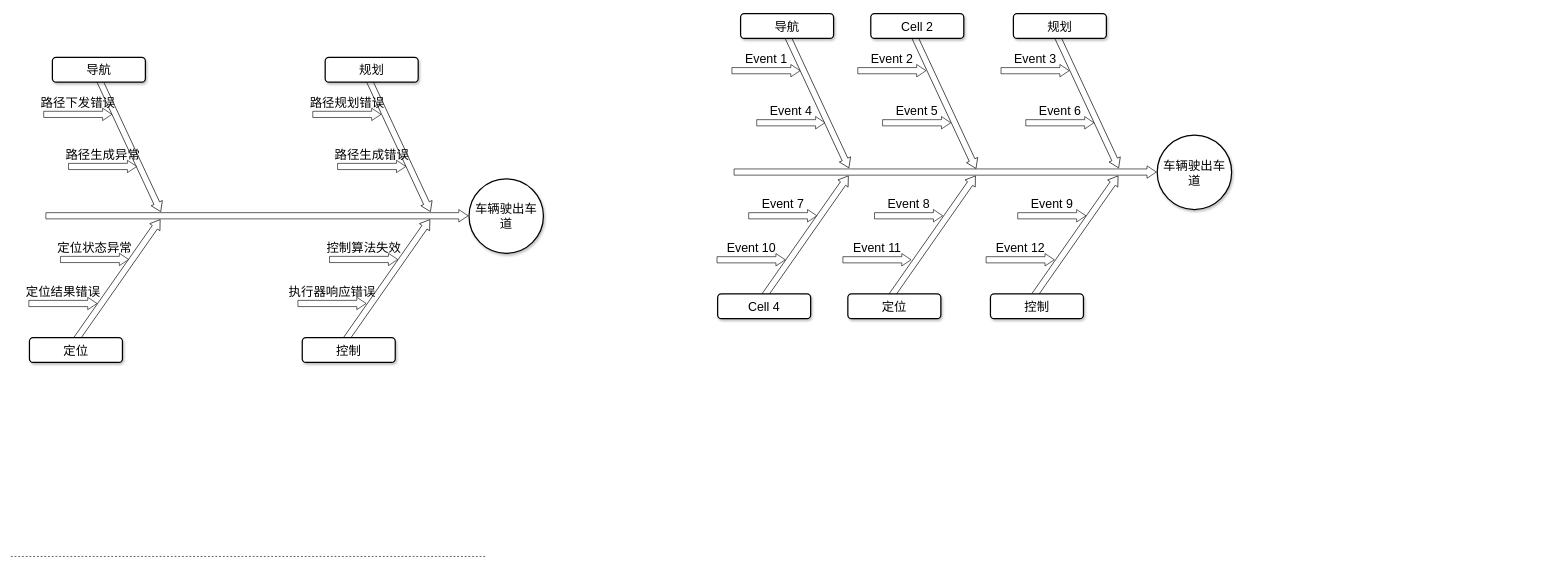
Before: FTA.drawio in cyzhang100/tianxian, a draw.io diagram. Source tidied: cells renumbered, new cells numbered last; positions are measured from the earlier drawing's top-left corner, leaving out a move shared by most shapes. Both pictures are drawn from the tidied source at 62%, with x=0, y=0 at pixel (11, -39).
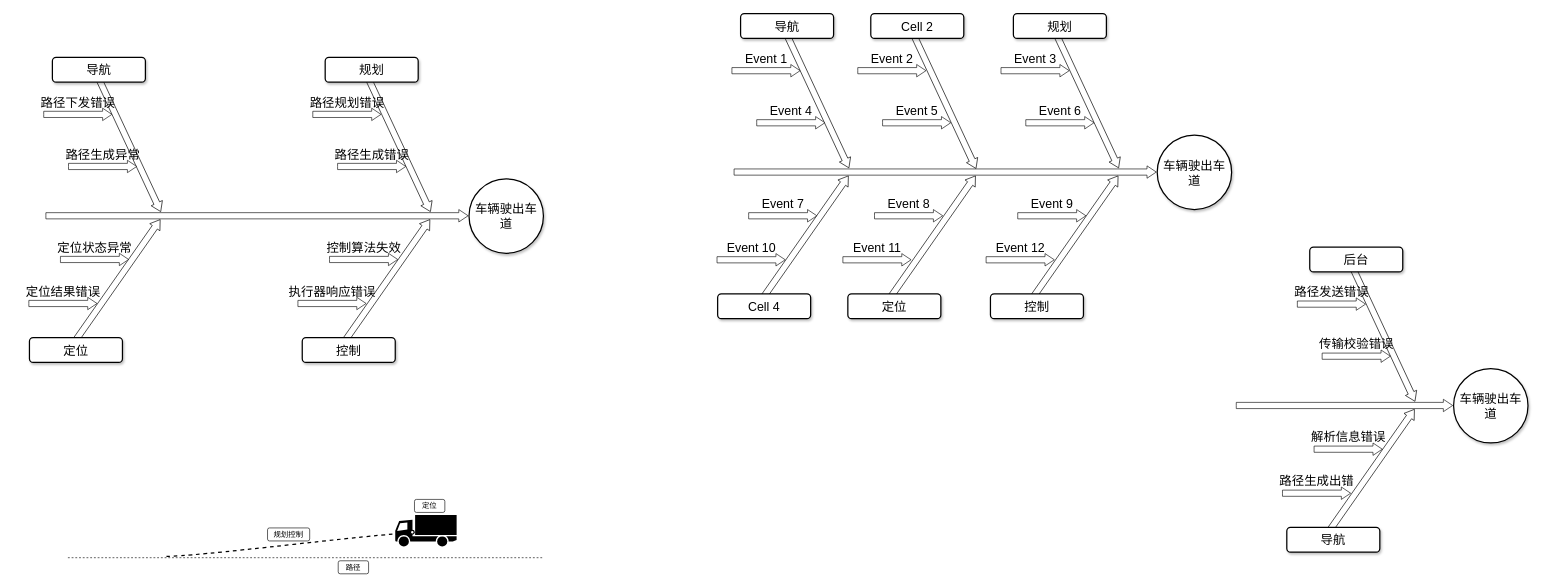
After the change.

Diff of the diagram source:
```diff
@@
     <mxCell id="46" style="endArrow=none;html=1;dashed=1;" parent="1" edge="1">
       <mxGeometry relative="1" as="geometry">
-        <mxPoint y="960" as="sourcePoint" />
-        <mxPoint x="767" y="960" as="targetPoint" />
+        <mxPoint x="92" y="962" as="sourcePoint" />
+        <mxPoint x="859" y="962" as="targetPoint" />
       </mxGeometry>
     </mxCell>
+    <mxCell id="47" style="shape=mxgraph.signs.transportation.truck_1;html=1;fillColor=#000000;strokeColor=none;verticalLabelPosition=bottom;verticalAlign=top;align=center;direction=east;" parent="1" vertex="1">
+      <mxGeometry x="620" y="893" width="99" height="51" as="geometry" />
+    </mxCell>
+    <mxCell id="48" style="edgeStyle=entityRelationEdgeStyle;fontSize=12;html=1;endArrow=ERzeroToOne;endFill=1;dashed=1;curved=1;strokeWidth=2;" parent="1" edge="1">
+      <mxGeometry relative="1" as="geometry">
+        <mxPoint x="251" y="960" as="sourcePoint" />
+        <mxPoint x="661" y="921" as="targetPoint" />
+      </mxGeometry>
+    </mxCell>
+    <mxCell id="49" value="路径" style="rounded=1;whiteSpace=wrap;html=1;" parent="1" vertex="1">
+      <mxGeometry x="528" y="967" width="49" height="21" as="geometry" />
+    </mxCell>
+    <mxCell id="50" value="定位" style="rounded=1;whiteSpace=wrap;html=1;" parent="1" vertex="1">
+      <mxGeometry x="651" y="868" width="49" height="21" as="geometry" />
+    </mxCell>
+    <mxCell id="51" value="规划控制" style="rounded=1;whiteSpace=wrap;html=1;" parent="1" vertex="1">
+      <mxGeometry x="414" y="914" width="68" height="21" as="geometry" />
+    </mxCell>
+    <mxCell id="52" style="html=1;shadow=0;dashed=0;align=center;verticalAlign=middle;shape=mxgraph.arrows2.arrow;dy=0.5;dx=15;direction=north;notch=0;rounded=0;strokeWidth=1;fontSize=20;rotation=35;" parent="1" vertex="1">
+      <mxGeometry x="2185" y="701" width="20" height="240" as="geometry" />
+    </mxCell>
+    <mxCell id="53" style="html=1;shadow=0;dashed=0;align=center;verticalAlign=middle;shape=mxgraph.arrows2.arrow;dy=0.5;dx=15;direction=north;notch=0;rounded=0;strokeWidth=1;fontSize=20;rotation=155;" parent="1" vertex="1">
+      <mxGeometry x="2204" y="481" width="20" height="240" as="geometry" />
+    </mxCell>
+    <mxCell id="54" value="后台" style="rounded=1;whiteSpace=wrap;html=1;shadow=1;strokeWidth=2;fontSize=20;" parent="1" vertex="1">
+      <mxGeometry x="2095" y="461" width="150" height="40" as="geometry" />
+    </mxCell>
+    <mxCell id="55" value="导航" style="rounded=1;whiteSpace=wrap;html=1;shadow=1;strokeWidth=2;fontSize=20;" parent="1" vertex="1">
+      <mxGeometry x="2058" y="913" width="150" height="40" as="geometry" />
+    </mxCell>
+    <mxCell id="56" value="车辆驶出车道" style="ellipse;whiteSpace=wrap;html=1;rounded=1;shadow=1;strokeWidth=2;fontSize=20;" parent="1" vertex="1">
+      <mxGeometry x="2327" y="657" width="120" height="120" as="geometry" />
+    </mxCell>
+    <mxCell id="57" value="路径发送错误" style="html=1;shadow=0;dashed=0;align=center;verticalAlign=middle;shape=mxgraph.arrows2.arrow;dy=0.5;dx=15;direction=north;notch=0;rounded=0;strokeWidth=1;fontSize=20;rotation=90;horizontal=0;labelPosition=left;verticalLabelPosition=middle;" parent="1" vertex="1">
+      <mxGeometry x="2120" y="498" width="20" height="110" as="geometry" />
+    </mxCell>
+    <mxCell id="58" value="路径生成出错" style="html=1;shadow=0;dashed=0;align=center;verticalAlign=middle;shape=mxgraph.arrows2.arrow;dy=0.5;dx=15;direction=north;notch=0;rounded=0;strokeWidth=1;fontSize=20;rotation=90;horizontal=0;labelPosition=left;verticalLabelPosition=middle;" parent="1" vertex="1">
+      <mxGeometry x="2096" y="803" width="20" height="110" as="geometry" />
+    </mxCell>
+    <mxCell id="59" value="传输校验错误" style="html=1;shadow=0;dashed=0;align=center;verticalAlign=middle;shape=mxgraph.arrows2.arrow;dy=0.5;dx=15;direction=north;notch=0;rounded=0;strokeWidth=1;fontSize=20;rotation=90;horizontal=0;labelPosition=left;verticalLabelPosition=middle;" parent="1" vertex="1">
+      <mxGeometry x="2160" y="582" width="20" height="110" as="geometry" />
+    </mxCell>
+    <mxCell id="60" value="解析信息错误" style="html=1;shadow=0;dashed=0;align=center;verticalAlign=middle;shape=mxgraph.arrows2.arrow;dy=0.5;dx=15;direction=north;notch=0;rounded=0;strokeWidth=1;fontSize=20;rotation=90;horizontal=0;labelPosition=left;verticalLabelPosition=middle;" parent="1" vertex="1">
+      <mxGeometry x="2147" y="732" width="20" height="110" as="geometry" />
+    </mxCell>
+    <mxCell id="61" style="html=1;shadow=0;dashed=0;align=center;verticalAlign=middle;shape=mxgraph.arrows2.arrow;dy=0.5;dx=15;direction=north;notch=0;rounded=0;strokeWidth=1;fontSize=20;rotation=90;" parent="1" vertex="1">
+      <mxGeometry x="2141" y="542" width="20" height="349" as="geometry" />
+    </mxCell>
```
